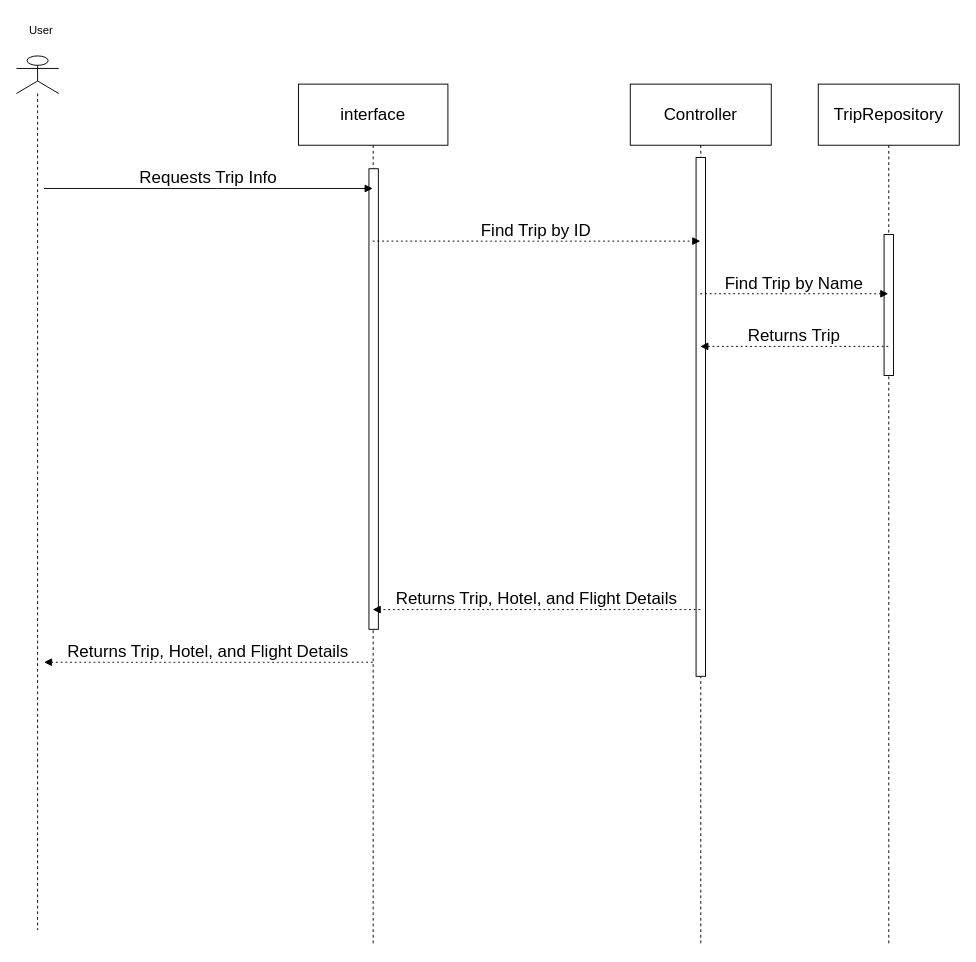
Above: Final Projectt/Diagrams/Sequance Diagram/sequance.drawio in hesham81/Projects (draw.io), before the change. Source tidied: cells renumbered, new cells numbered last; positions are measured from the earlier drawing's top-left corner, leaving out a move shared by most shapes. Both pictures are drawn from the tidied source at 94%, with x=0, y=0 at pixel (16, 16).
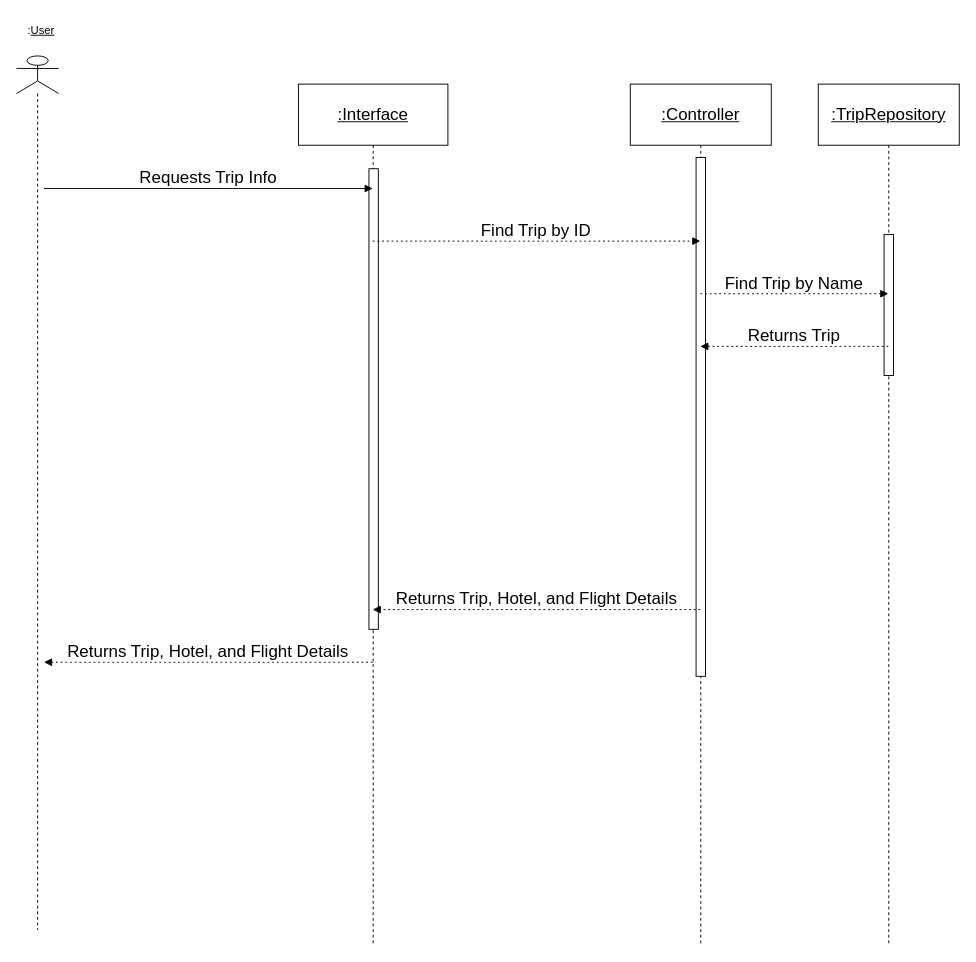
The same diagram, later.

What changed in the source:
```diff
@@
-    <mxCell id="2" value="interface" style="shape=umlLifeline;perimeter=lifelinePerimeter;whiteSpace=wrap;outlineConnect=0;portConstraint=eastwest;newEdgeStyle={&quot;edgeStyle&quot;:&quot;elbowEdgeStyle&quot;,&quot;elbow&quot;:&quot;vertical&quot;,&quot;curved&quot;:0,&quot;rounded&quot;:0};size=65;fontSize=18;" parent="1" vertex="1">
+    <mxCell id="2" value=":Interface" style="shape=umlLifeline;perimeter=lifelinePerimeter;whiteSpace=wrap;outlineConnect=0;portConstraint=eastwest;newEdgeStyle={&quot;edgeStyle&quot;:&quot;elbowEdgeStyle&quot;,&quot;elbow&quot;:&quot;vertical&quot;,&quot;curved&quot;:0,&quot;rounded&quot;:0};size=65;fontSize=18;fontStyle=4;" parent="1" vertex="1">
       <mxGeometry x="300" y="72" width="159" height="916" as="geometry" />
     </mxCell>
@@
-    <mxCell id="4" value="Controller" style="shape=umlLifeline;perimeter=lifelinePerimeter;whiteSpace=wrap;outlineConnect=0;portConstraint=eastwest;newEdgeStyle={&quot;edgeStyle&quot;:&quot;elbowEdgeStyle&quot;,&quot;elbow&quot;:&quot;vertical&quot;,&quot;curved&quot;:0,&quot;rounded&quot;:0};size=65;fontSize=18;" parent="1" vertex="1">
+    <mxCell id="4" value=":Controller" style="shape=umlLifeline;perimeter=lifelinePerimeter;whiteSpace=wrap;outlineConnect=0;portConstraint=eastwest;newEdgeStyle={&quot;edgeStyle&quot;:&quot;elbowEdgeStyle&quot;,&quot;elbow&quot;:&quot;vertical&quot;,&quot;curved&quot;:0,&quot;rounded&quot;:0};size=65;fontSize=18;fontStyle=4;" parent="1" vertex="1">
       <mxGeometry x="653" y="72" width="150" height="916" as="geometry" />
     </mxCell>
@@
-    <mxCell id="6" value="TripRepository" style="shape=umlLifeline;perimeter=lifelinePerimeter;whiteSpace=wrap;outlineConnect=0;portConstraint=eastwest;newEdgeStyle={&quot;edgeStyle&quot;:&quot;elbowEdgeStyle&quot;,&quot;elbow&quot;:&quot;vertical&quot;,&quot;curved&quot;:0,&quot;rounded&quot;:0};size=65;fontSize=18;" parent="1" vertex="1">
+    <mxCell id="6" value=":TripRepository" style="shape=umlLifeline;perimeter=lifelinePerimeter;whiteSpace=wrap;outlineConnect=0;portConstraint=eastwest;newEdgeStyle={&quot;edgeStyle&quot;:&quot;elbowEdgeStyle&quot;,&quot;elbow&quot;:&quot;vertical&quot;,&quot;curved&quot;:0,&quot;rounded&quot;:0};size=65;fontSize=18;fontStyle=4;" parent="1" vertex="1">
       <mxGeometry x="853" y="72" width="150" height="916" as="geometry" />
     </mxCell>
@@
-    <mxCell id="15" value="User" style="text;html=1;align=center;verticalAlign=middle;strokeColor=none;fillColor=none;" parent="1" vertex="1">
+    <mxCell id="15" value=":&lt;u&gt;User&lt;/u&gt;" style="text;html=1;align=center;verticalAlign=middle;strokeColor=none;fillColor=none;" parent="1" vertex="1">
       <mxGeometry x="1" width="50" height="30" as="geometry" />
     </mxCell>
```
